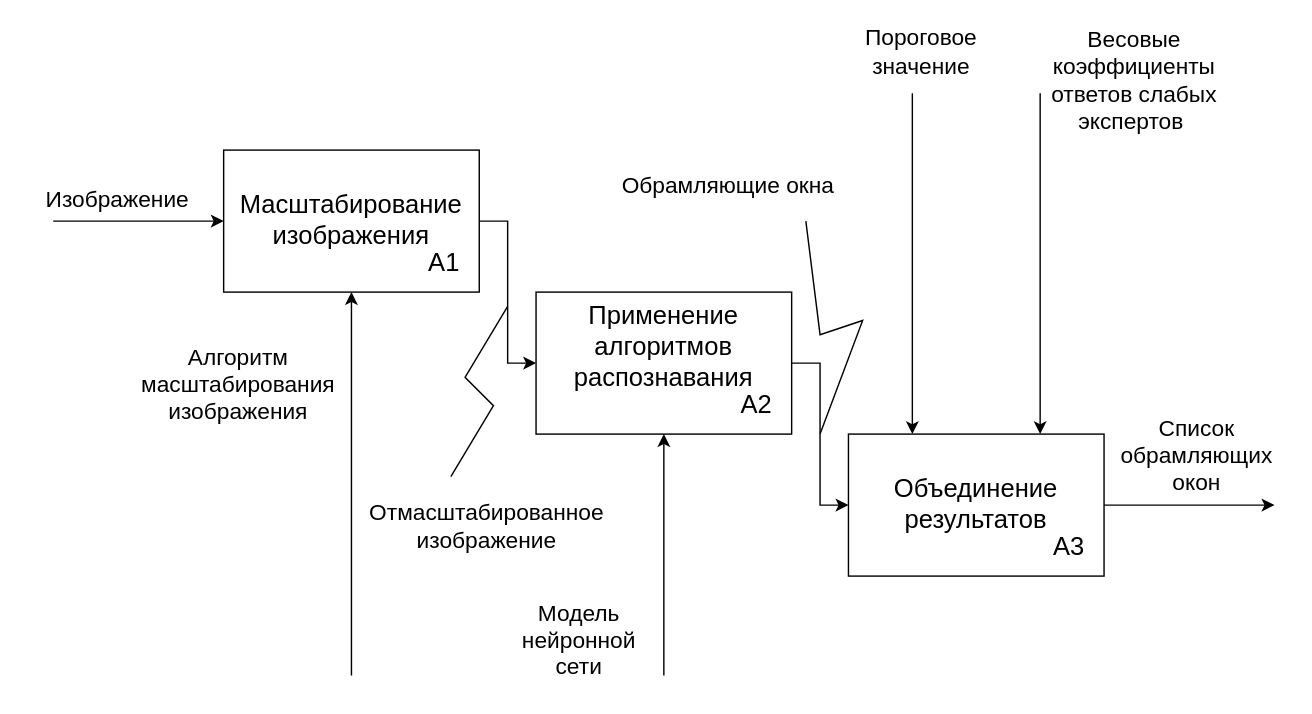
The draw.io diagram page "method-a1" (13 of 20) of docs/drawio/research-schemas.drawio in migregal/bmstu-iu7-thesis, before the edit. Source tidied: cells renumbered, new cells numbered last; positions are measured from the earlier drawing's top-left corner, leaving out a move shared by most shapes. Both pictures are drawn from the tidied source at 142%, with x=0, y=0 at pixel (24, 92).
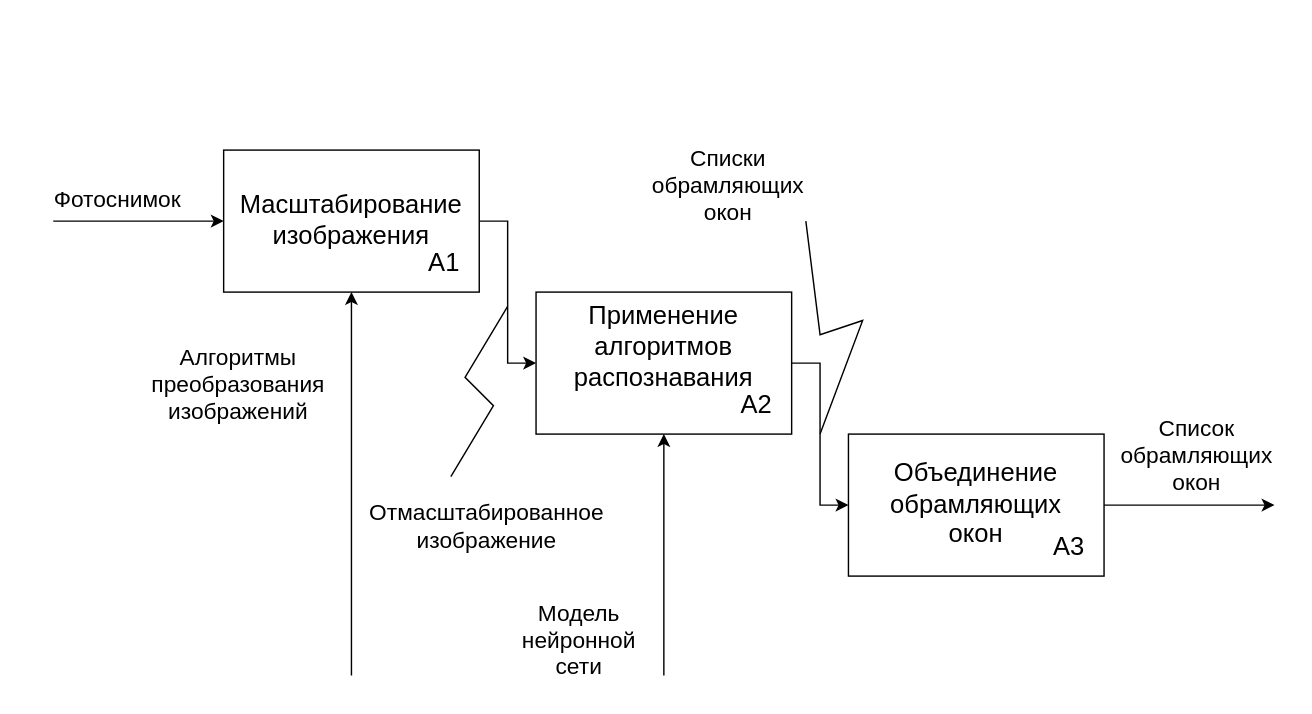
Above is the later version.

Diff of the diagram source:
```diff
@@
-    <mxCell id="7" style="endArrow=classic;html=1;rounded=0;entryX=0.75;entryY=0;entryDx=0;entryDy=0;" parent="1" edge="1" target="13">
-      <mxGeometry relative="1" as="geometry">
-        <mxPoint x="715" y="0.2" as="sourcePoint" />
-      </mxGeometry>
-    </mxCell>
-    <mxCell id="8" value="Весовые&lt;br&gt;коэффициенты&lt;br style=&quot;border-color: var(--border-color);&quot;&gt;ответов слабых&lt;br style=&quot;border-color: var(--border-color);&quot;&gt;экспертов&amp;nbsp;" style="edgeLabel;html=1;align=center;verticalAlign=middle;fontSize=16;labelBackgroundColor=none;" parent="7" vertex="1">
-      <mxGeometry x="-0.27" y="3" relative="1" as="geometry">
-        <mxPoint x="62" y="-98" as="offset" />
-      </mxGeometry>
-    </mxCell>
@@
-    <mxCell id="10" value="Алгоритм&lt;br&gt;масштабирования &lt;br&gt;изображения" style="text;html=1;align=center;verticalAlign=middle;strokeColor=none;fillColor=none;fontSize=16;" parent="1" vertex="1">
-      <mxGeometry x="70" y="170.2" width="160" height="70" as="geometry" />
+    <mxCell id="10" value="Алгоритмы&lt;br style=&quot;border-color: var(--border-color);&quot;&gt;преобразования&lt;br style=&quot;border-color: var(--border-color);&quot;&gt;изображений" style="text;html=1;align=center;verticalAlign=middle;strokeColor=none;fillColor=none;fontSize=16;" parent="1" vertex="1">
+      <mxGeometry x="75" y="170.2" width="150" height="70" as="geometry" />
     </mxCell>
-    <mxCell id="11" value="Изображение" style="text;html=1;align=center;verticalAlign=middle;strokeColor=none;fillColor=none;fontSize=16;" parent="1" vertex="1">
-      <mxGeometry y="60.2" width="130" height="30" as="geometry" />
+    <mxCell id="11" value="Фотоснимок" style="text;html=1;align=center;verticalAlign=middle;strokeColor=none;fillColor=none;fontSize=16;" parent="1" vertex="1">
+      <mxGeometry x="5" y="60.2" width="120" height="30" as="geometry" />
     </mxCell>
     <mxCell id="12" value="Список&lt;br&gt;обрамляющих&lt;br&gt;окон" style="text;html=1;align=center;verticalAlign=middle;strokeColor=none;fillColor=none;fontSize=16;" parent="1" vertex="1">
-      <mxGeometry x="760" y="220.2" width="130" height="70" as="geometry" />
+      <mxGeometry x="760" y="220" width="130" height="70" as="geometry" />
     </mxCell>
-    <mxCell id="13" value="&lt;font style=&quot;font-size: 18px;&quot;&gt;Объединение результатов&lt;/font&gt;" style="rounded=0;whiteSpace=wrap;html=1;" parent="1" vertex="1">
+    <mxCell id="13" value="&lt;font style=&quot;font-size: 18px;&quot;&gt;Объединение обрамляющих &lt;br&gt;окон&lt;/font&gt;" style="rounded=0;whiteSpace=wrap;html=1;" parent="1" vertex="1">
       <mxGeometry x="580" y="240.2" width="180" height="100" as="geometry" />
     </mxCell>
@@
-    <mxCell id="21" value="Обрамляющие окна" style="text;html=1;align=center;verticalAlign=middle;strokeColor=none;fillColor=none;fontSize=16;" parent="1" vertex="1">
-      <mxGeometry x="410" y="50.2" width="170" height="30" as="geometry" />
+    <mxCell id="21" value="Списки&lt;br&gt;обрамляющих&lt;br&gt;окон" style="text;html=1;align=center;verticalAlign=middle;strokeColor=none;fillColor=none;fontSize=16;" parent="1" vertex="1">
+      <mxGeometry x="430" y="30.2" width="130" height="70" as="geometry" />
     </mxCell>
@@
-    <mxCell id="24" style="endArrow=classic;html=1;rounded=0;entryX=0.25;entryY=0;entryDx=0;entryDy=0;" parent="1" edge="1" target="13">
-      <mxGeometry relative="1" as="geometry">
-        <mxPoint x="625" y="0.2" as="sourcePoint" />
-      </mxGeometry>
-    </mxCell>
-    <mxCell id="25" value="Пороговое&lt;br&gt;значение" style="edgeLabel;html=1;align=center;verticalAlign=middle;fontSize=16;labelBackgroundColor=none;" parent="24" vertex="1">
-      <mxGeometry x="-0.27" y="3" relative="1" as="geometry">
-        <mxPoint x="2" y="-118" as="offset" />
-      </mxGeometry>
-    </mxCell>
```
